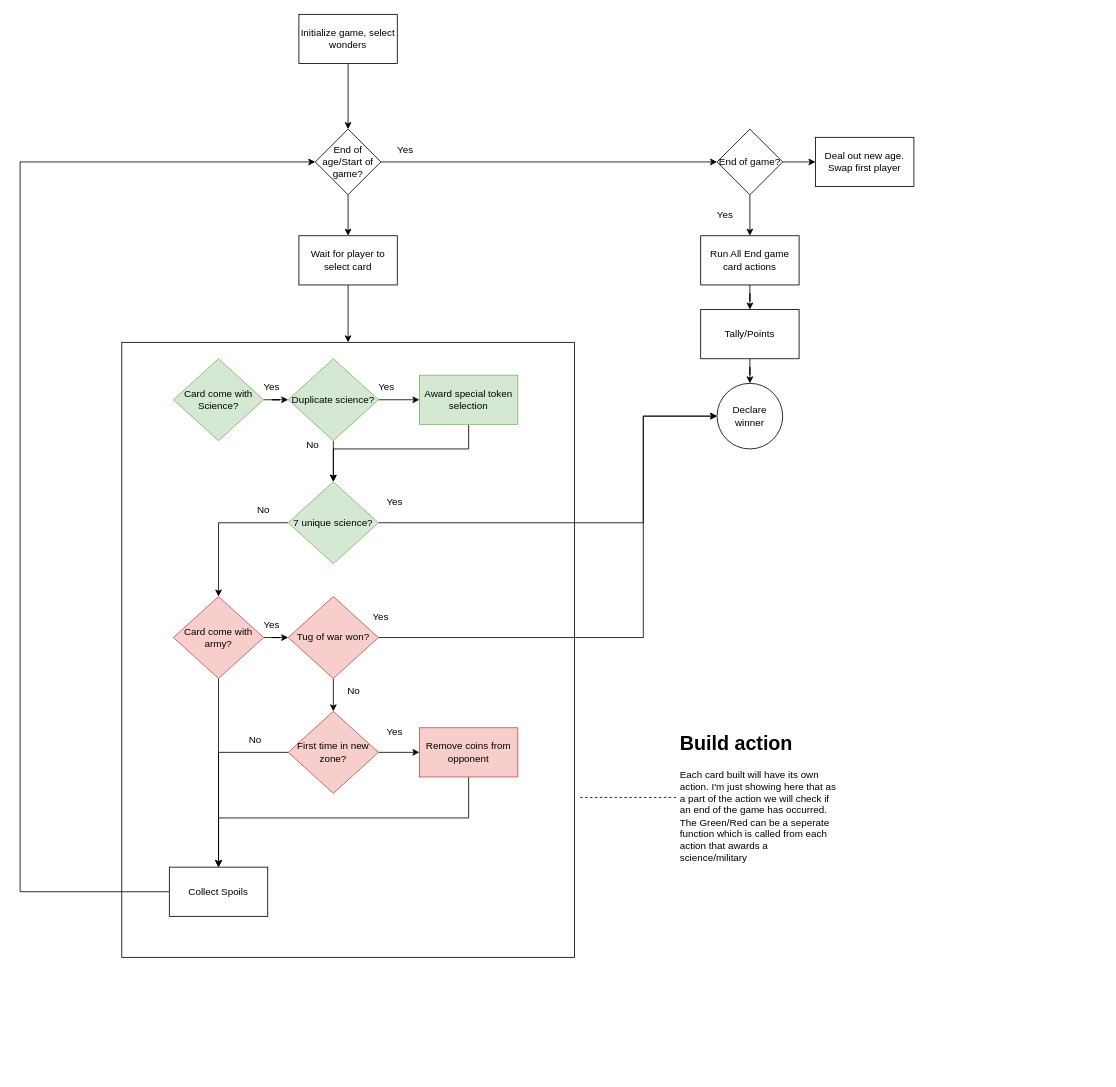
Before: page "State Machine" (2 of 2) of Initial_high_level_design.drawio in vinceburns/duel, a draw.io diagram. Source tidied: cells renumbered, new cells numbered last; positions are measured from the earlier drawing's top-left corner, leaving out a move shared by most shapes. Both pictures are drawn from the tidied source at 82%, with x=0, y=0 at pixel (20, 14).
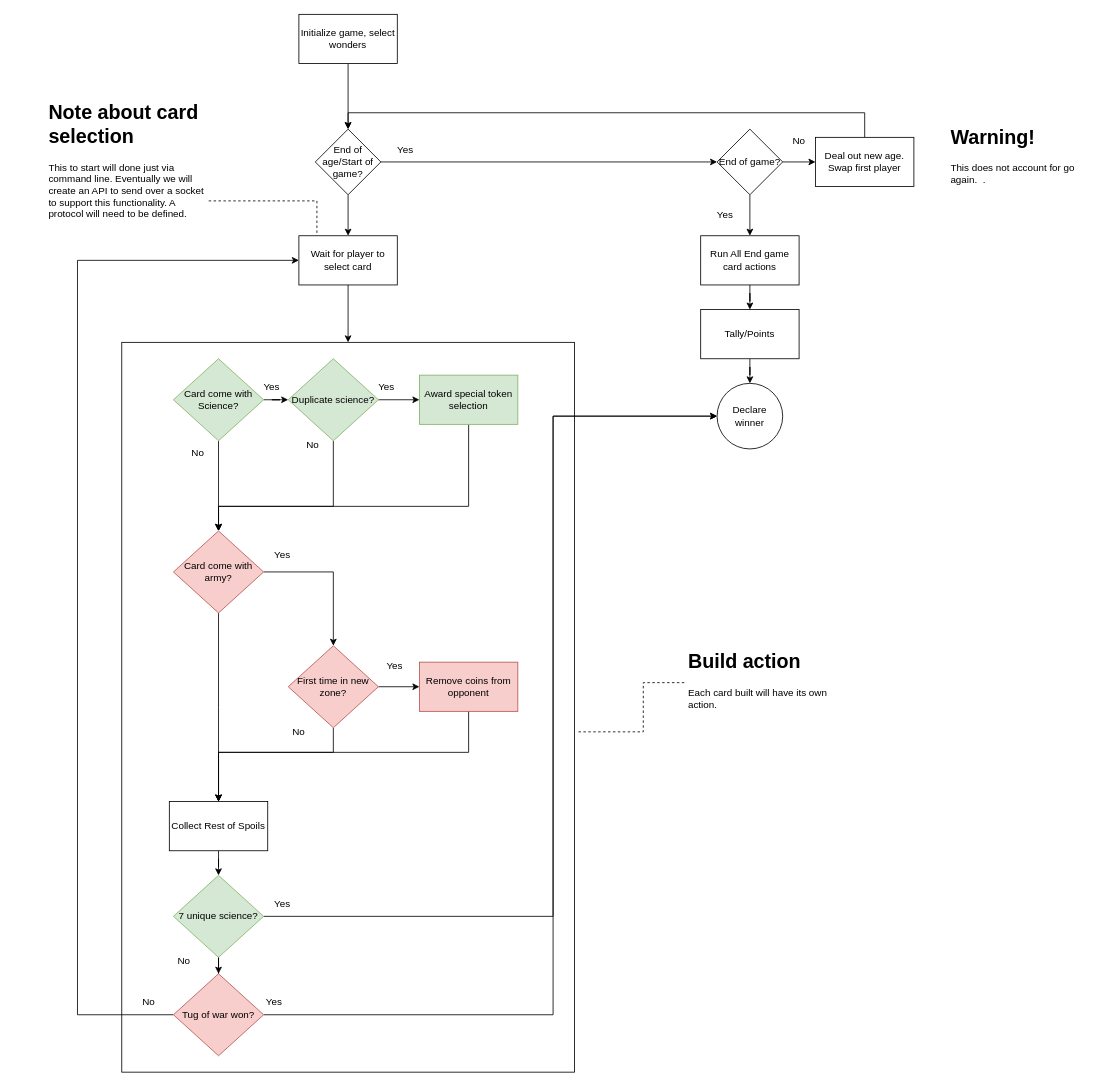
The same diagram, later.

Commit message:
Clean up diagram a bit

Unchanged cells that the change refers to:
```xml
<mxCell id="8" value="&lt;span style=&quot;&quot;&gt;End of age/Start of game?&lt;/span&gt;" style="rhombus;whiteSpace=wrap;html=1;" parent="1" vertex="1">
  <mxGeometry x="360" y="140" width="80" height="80" as="geometry" />
</mxCell>
<mxCell id="12" value="&lt;span style=&quot;&quot;&gt;Declare winner&lt;/span&gt;" style="ellipse;whiteSpace=wrap;html=1;" parent="1" vertex="1">
  <mxGeometry x="850" y="450" width="80" height="80" as="geometry" />
</mxCell>
<mxCell id="15" value="Deal out new age. Swap first player" style="rounded=0;whiteSpace=wrap;html=1;" parent="1" vertex="1">
  <mxGeometry x="970" y="150" width="120" height="60" as="geometry" />
</mxCell>
<mxCell id="17" value="Wait for player to select card" style="rounded=0;whiteSpace=wrap;html=1;" parent="1" vertex="1">
  <mxGeometry x="340" y="270" width="120" height="60" as="geometry" />
</mxCell>
<mxCell id="20" value="Card come with Science?" style="rhombus;whiteSpace=wrap;html=1;fillColor=#d5e8d4;strokeColor=#82b366;" parent="1" vertex="1">
  <mxGeometry x="187" y="420" width="110" height="100" as="geometry" />
</mxCell>
<mxCell id="23" value="Duplicate science?" style="rhombus;whiteSpace=wrap;html=1;fillColor=#d5e8d4;strokeColor=#82b366;" parent="1" vertex="1">
  <mxGeometry x="327" y="420" width="110" height="100" as="geometry" />
</mxCell>
<mxCell id="25" value="Award special token selection" style="rounded=0;whiteSpace=wrap;html=1;fillColor=#d5e8d4;strokeColor=#82b366;" parent="1" vertex="1">
  <mxGeometry x="487" y="440" width="120" height="60" as="geometry" />
</mxCell>
```

The edit, as a diff of the source:
```diff
@@
+    <mxCell id="57" style="edgeStyle=orthogonalEdgeStyle;rounded=0;jettySize=auto;html=1;entryX=0.5;entryY=0;entryDx=0;entryDy=0;" parent="1" edge="1" source="15" target="8">
+      <mxGeometry relative="1" as="geometry">
+        <Array as="points">
+          <mxPoint x="1030" y="120" />
+          <mxPoint x="400" y="120" />
+        </Array>
+      </mxGeometry>
+    </mxCell>
@@
     <mxCell id="18" style="rounded=0;whiteSpace=wrap;html=1;" parent="1" vertex="1">
-      <mxGeometry x="124" y="400" width="552" height="750" as="geometry" />
+      <mxGeometry x="124" y="400" width="552" height="890" as="geometry" />
     </mxCell>
@@
+    <mxCell id="58" style="edgeStyle=orthogonalEdgeStyle;rounded=0;jettySize=auto;html=1;" parent="1" edge="1" source="20" target="31">
+      <mxGeometry relative="1" as="geometry" />
+    </mxCell>
@@
-    <mxCell id="22" style="edgeStyle=orthogonalEdgeStyle;rounded=0;jettySize=auto;html=1;entryX=0.5;entryY=0;entryDx=0;entryDy=0;" parent="1" edge="1" source="23" target="28">
-      <mxGeometry relative="1" as="geometry" />
+    <mxCell id="22" style="edgeStyle=orthogonalEdgeStyle;rounded=0;jettySize=auto;html=1;entryX=0.5;entryY=0;entryDx=0;entryDy=0;" parent="1" edge="1" source="23" target="31">
+      <mxGeometry relative="1" as="geometry">
+        <Array as="points">
+          <mxPoint x="382" y="600" />
+          <mxPoint x="242" y="600" />
+        </Array>
+      </mxGeometry>
     </mxCell>
@@
-    <mxCell id="24" style="edgeStyle=orthogonalEdgeStyle;rounded=0;jettySize=auto;html=1;entryX=0.5;entryY=0;entryDx=0;entryDy=0;" parent="1" edge="1" source="25" target="28">
+    <mxCell id="24" style="edgeStyle=orthogonalEdgeStyle;rounded=0;jettySize=auto;html=1;entryX=0.5;entryY=0;entryDx=0;entryDy=0;" parent="1" edge="1" source="25" target="31">
       <mxGeometry relative="1" as="geometry">
         <Array as="points">
-          <mxPoint x="547" y="530" />
-          <mxPoint x="382" y="530" />
+          <mxPoint x="547" y="600" />
+          <mxPoint x="242" y="600" />
         </Array>
       </mxGeometry>
     </mxCell>
@@
-    <mxCell id="26" style="edgeStyle=orthogonalEdgeStyle;rounded=0;jettySize=auto;html=1;entryX=0.5;entryY=0;entryDx=0;entryDy=0;" parent="1" edge="1" source="28" target="31">
-      <mxGeometry relative="1" as="geometry" />
-    </mxCell>
-    <mxCell id="27" style="edgeStyle=orthogonalEdgeStyle;rounded=0;jettySize=auto;html=1;entryX=0;entryY=0.5;entryDx=0;entryDy=0;" parent="1" edge="1" source="28" target="12">
-      <mxGeometry relative="1" as="geometry">
-        <Array as="points">
-          <mxPoint x="760" y="620" />
-          <mxPoint x="760" y="490" />
-        </Array>
-      </mxGeometry>
-    </mxCell>
-    <mxCell id="28" value="7 unique science?" style="rhombus;whiteSpace=wrap;html=1;fillColor=#d5e8d4;strokeColor=#82b366;" parent="1" vertex="1">
-      <mxGeometry x="327" y="570" width="110" height="100" as="geometry" />
-    </mxCell>
-    <mxCell id="29" style="edgeStyle=orthogonalEdgeStyle;rounded=0;jettySize=auto;html=1;" parent="1" edge="1" source="31" target="36">
-      <mxGeometry relative="1" as="geometry" />
-    </mxCell>
     <mxCell id="30" style="edgeStyle=orthogonalEdgeStyle;rounded=0;jettySize=auto;html=1;" parent="1" edge="1" source="31">
       <mxGeometry relative="1" as="geometry">
-        <mxPoint x="242" y="1040" as="targetPoint" />
+        <mxPoint x="242" y="960" as="targetPoint" />
       </mxGeometry>
     </mxCell>
+    <mxCell id="59" style="edgeStyle=orthogonalEdgeStyle;rounded=0;jettySize=auto;html=1;exitX=1;exitY=0.5;exitDx=0;exitDy=0;" parent="1" edge="1" source="31" target="39">
+      <mxGeometry relative="1" as="geometry" />
+    </mxCell>
     <mxCell id="31" value="Card come with army?" style="rhombus;whiteSpace=wrap;html=1;fillColor=#f8cecc;strokeColor=#b85450;" parent="1" vertex="1">
-      <mxGeometry x="187" y="710" width="110" height="100" as="geometry" />
+      <mxGeometry x="187" y="630" width="110" height="100" as="geometry" />
     </mxCell>
@@
-    <mxCell id="34" style="edgeStyle=orthogonalEdgeStyle;rounded=0;jettySize=auto;html=1;entryX=0.5;entryY=0;entryDx=0;entryDy=0;" parent="1" edge="1" source="36" target="39">
-      <mxGeometry relative="1" as="geometry" />
-    </mxCell>
-    <mxCell id="35" style="edgeStyle=orthogonalEdgeStyle;rounded=0;jettySize=auto;html=1;exitX=1;exitY=0.5;exitDx=0;exitDy=0;entryX=0;entryY=0.5;entryDx=0;entryDy=0;" parent="1" edge="1" source="36" target="12">
-      <mxGeometry relative="1" as="geometry">
-        <Array as="points">
-          <mxPoint x="760" y="760" />
-          <mxPoint x="760" y="490" />
-        </Array>
-      </mxGeometry>
-    </mxCell>
-    <mxCell id="36" value="Tug of war won?" style="rhombus;whiteSpace=wrap;html=1;fillColor=#f8cecc;strokeColor=#b85450;" parent="1" vertex="1">
-      <mxGeometry x="327" y="710" width="110" height="100" as="geometry" />
-    </mxCell>
@@
-    <mxCell id="38" style="edgeStyle=orthogonalEdgeStyle;rounded=0;jettySize=auto;html=1;entryX=0.5;entryY=0;entryDx=0;entryDy=0;" parent="1" edge="1" source="39" target="41">
-      <mxGeometry relative="1" as="geometry" />
+    <mxCell id="38" style="edgeStyle=orthogonalEdgeStyle;rounded=0;jettySize=auto;html=1;" parent="1" edge="1" source="39" target="41">
+      <mxGeometry relative="1" as="geometry">
+        <Array as="points">
+          <mxPoint x="382" y="900" />
+          <mxPoint x="242" y="900" />
+        </Array>
+      </mxGeometry>
     </mxCell>
     <mxCell id="39" value="First time in new zone?" style="rhombus;whiteSpace=wrap;html=1;fillColor=#f8cecc;strokeColor=#b85450;" parent="1" vertex="1">
-      <mxGeometry x="327" y="850" width="110" height="100" as="geometry" />
+      <mxGeometry x="327" y="770" width="110" height="100" as="geometry" />
     </mxCell>
-    <mxCell id="40" style="edgeStyle=orthogonalEdgeStyle;rounded=0;jettySize=auto;html=1;entryX=0;entryY=0.5;entryDx=0;entryDy=0;" parent="1" edge="1" source="41" target="8">
-      <mxGeometry relative="1" as="geometry">
-        <Array as="points">
-          <mxPoint y="1070" />
-          <mxPoint y="180" />
-        </Array>
-      </mxGeometry>
-    </mxCell>
+    <mxCell id="60" style="edgeStyle=orthogonalEdgeStyle;rounded=0;jettySize=auto;html=1;entryX=0.5;entryY=0;entryDx=0;entryDy=0;" parent="1" edge="1" source="41" target="28">
+      <mxGeometry relative="1" as="geometry" />
+    </mxCell>
-    <mxCell id="41" value="Collect Spoils" style="rounded=0;whiteSpace=wrap;html=1;" parent="1" vertex="1">
-      <mxGeometry x="182" y="1040" width="120" height="60" as="geometry" />
+    <mxCell id="41" value="Collect Rest of Spoils" style="rounded=0;whiteSpace=wrap;html=1;" parent="1" vertex="1">
+      <mxGeometry x="182" y="960" width="120" height="60" as="geometry" />
     </mxCell>
@@
     <mxCell id="45" value="No" style="text;html=1;strokeColor=none;fillColor=none;align=center;verticalAlign=middle;whiteSpace=wrap;rounded=0;" parent="1" vertex="1">
-      <mxGeometry x="267" y="590" width="60" height="30" as="geometry" />
+      <mxGeometry x="187" y="520" width="60" height="30" as="geometry" />
     </mxCell>
-    <mxCell id="46" value="Yes" style="text;html=1;strokeColor=none;fillColor=none;align=center;verticalAlign=middle;whiteSpace=wrap;rounded=0;" parent="1" vertex="1">
-      <mxGeometry x="427" y="580" width="60" height="30" as="geometry" />
-    </mxCell>
     <mxCell id="47" value="Yes" style="text;html=1;strokeColor=none;fillColor=none;align=center;verticalAlign=middle;whiteSpace=wrap;rounded=0;" parent="1" vertex="1">
-      <mxGeometry x="277" y="730" width="60" height="30" as="geometry" />
+      <mxGeometry x="290" y="645" width="60" height="30" as="geometry" />
     </mxCell>
-    <mxCell id="48" value="Yes" style="text;html=1;strokeColor=none;fillColor=none;align=center;verticalAlign=middle;whiteSpace=wrap;rounded=0;" parent="1" vertex="1">
-      <mxGeometry x="410" y="720" width="60" height="30" as="geometry" />
-    </mxCell>
     <mxCell id="49" style="edgeStyle=orthogonalEdgeStyle;rounded=0;jettySize=auto;html=1;entryX=0.5;entryY=0;entryDx=0;entryDy=0;" parent="1" edge="1" source="50" target="41">
       <mxGeometry relative="1" as="geometry">
         <Array as="points">
-          <mxPoint x="547" y="980" />
-          <mxPoint x="242" y="980" />
+          <mxPoint x="547" y="900" />
+          <mxPoint x="242" y="900" />
         </Array>
       </mxGeometry>
     </mxCell>
     <mxCell id="50" value="Remove coins from opponent" style="rounded=0;whiteSpace=wrap;html=1;fillColor=#f8cecc;strokeColor=#b85450;" parent="1" vertex="1">
-      <mxGeometry x="487" y="870" width="120" height="60" as="geometry" />
+      <mxGeometry x="487" y="790" width="120" height="60" as="geometry" />
     </mxCell>
     <mxCell id="51" value="Yes" style="text;html=1;strokeColor=none;fillColor=none;align=center;verticalAlign=middle;whiteSpace=wrap;rounded=0;" parent="1" vertex="1">
-      <mxGeometry x="427" y="860" width="60" height="30" as="geometry" />
+      <mxGeometry x="427" y="780" width="60" height="30" as="geometry" />
     </mxCell>
-    <mxCell id="52" value="No" style="text;html=1;strokeColor=none;fillColor=none;align=center;verticalAlign=middle;whiteSpace=wrap;rounded=0;" parent="1" vertex="1">
-      <mxGeometry x="377" y="810" width="60" height="30" as="geometry" />
-    </mxCell>
     <mxCell id="53" value="No" style="text;html=1;strokeColor=none;fillColor=none;align=center;verticalAlign=middle;whiteSpace=wrap;rounded=0;" parent="1" vertex="1">
-      <mxGeometry x="257" y="870" width="60" height="30" as="geometry" />
+      <mxGeometry x="310" y="860" width="60" height="30" as="geometry" />
     </mxCell>
-    <mxCell id="54" style="edgeStyle=orthogonalEdgeStyle;rounded=0;jettySize=auto;html=1;endArrow=none;endFill=0;strokeColor=none;dashed=1;" parent="1" edge="1" source="56">
+    <mxCell id="54" style="edgeStyle=orthogonalEdgeStyle;rounded=0;orthogonalLoop=1;jettySize=auto;html=1;endArrow=none;endFill=0;strokeColor=none;dashed=1;" parent="1" edge="1">
       <mxGeometry relative="1" as="geometry">
-        <mxPoint x="680" y="955" as="targetPoint" />
+        <mxPoint x="800" y="875" as="sourcePoint" />
+        <mxPoint x="680" y="875" as="targetPoint" />
       </mxGeometry>
     </mxCell>
     <mxCell id="55" style="edgeStyle=orthogonalEdgeStyle;rounded=0;jettySize=auto;html=1;dashed=1;endArrow=none;endFill=0;" parent="1" edge="1" source="56">
       <mxGeometry relative="1" as="geometry">
-        <mxPoint x="680" y="955" as="targetPoint" />
+        <mxPoint x="680" y="875" as="targetPoint" />
+        <Array as="points">
+          <mxPoint x="760" y="815" />
+          <mxPoint x="760" y="875" />
+        </Array>
       </mxGeometry>
     </mxCell>
-    <mxCell id="56" value="&lt;h1&gt;Build action&lt;/h1&gt;&lt;p&gt;&lt;span style=&quot;text-align: center;&quot;&gt;Each card built will have its own action. I'm just showing here that as a part of the action we will check if an end of the game has occurred. The Green/Red can be a seperate function which is called from each action that awards a science/military&lt;/span&gt;&lt;br&gt;&lt;/p&gt;" style="text;html=1;strokeColor=none;fillColor=none;spacing=5;spacingTop=-20;whiteSpace=wrap;overflow=hidden;rounded=0;" parent="1" vertex="1">
-      <mxGeometry x="800" y="870" width="200" height="170" as="geometry" />
+    <mxCell id="56" value="&lt;h1&gt;Build action&lt;/h1&gt;&lt;p&gt;&lt;span style=&quot;text-align: center;&quot;&gt;Each card built will have its own action.&amp;nbsp;&lt;/span&gt;&lt;br&gt;&lt;/p&gt;" style="text;html=1;strokeColor=none;fillColor=none;spacing=5;spacingTop=-20;whiteSpace=wrap;overflow=hidden;rounded=0;" parent="1" vertex="1">
+      <mxGeometry x="810" y="770" width="200" height="90" as="geometry" />
     </mxCell>
+    <mxCell id="61" style="edgeStyle=orthogonalEdgeStyle;rounded=0;jettySize=auto;html=1;exitX=1;exitY=0.5;exitDx=0;exitDy=0;" parent="1" edge="1" source="28">
+      <mxGeometry relative="1" as="geometry">
+        <mxPoint x="850" y="490" as="targetPoint" />
+        <Array as="points">
+          <mxPoint x="650" y="1100" />
+          <mxPoint x="650" y="490" />
+        </Array>
+      </mxGeometry>
+    </mxCell>
+    <mxCell id="62" style="edgeStyle=orthogonalEdgeStyle;rounded=0;jettySize=auto;html=1;entryX=0;entryY=0.5;entryDx=0;entryDy=0;exitX=0;exitY=0.5;exitDx=0;exitDy=0;" parent="1" edge="1" source="36" target="17">
+      <mxGeometry relative="1" as="geometry">
+        <Array as="points">
+          <mxPoint x="70" y="1220" />
+          <mxPoint x="70" y="300" />
+        </Array>
+      </mxGeometry>
+    </mxCell>
+    <mxCell id="63" style="edgeStyle=orthogonalEdgeStyle;rounded=0;jettySize=auto;html=1;entryX=0.5;entryY=0;entryDx=0;entryDy=0;" parent="1" edge="1" source="28" target="36">
+      <mxGeometry relative="1" as="geometry" />
+    </mxCell>
+    <mxCell id="28" value="7 unique science?" style="rhombus;whiteSpace=wrap;html=1;fillColor=#d5e8d4;strokeColor=#82b366;" parent="1" vertex="1">
+      <mxGeometry x="187" y="1050" width="110" height="100" as="geometry" />
+    </mxCell>
+    <mxCell id="35" style="edgeStyle=orthogonalEdgeStyle;rounded=0;jettySize=auto;html=1;exitX=1;exitY=0.5;exitDx=0;exitDy=0;entryX=0;entryY=0.5;entryDx=0;entryDy=0;" parent="1" edge="1" source="36" target="12">
+      <mxGeometry relative="1" as="geometry">
+        <Array as="points">
+          <mxPoint x="650" y="1220" />
+          <mxPoint x="650" y="490" />
+        </Array>
+      </mxGeometry>
+    </mxCell>
+    <mxCell id="36" value="Tug of war won?" style="rhombus;whiteSpace=wrap;html=1;fillColor=#f8cecc;strokeColor=#b85450;" parent="1" vertex="1">
+      <mxGeometry x="187" y="1170" width="110" height="100" as="geometry" />
+    </mxCell>
+    <mxCell id="64" value="Yes" style="text;html=1;strokeColor=none;fillColor=none;align=center;verticalAlign=middle;whiteSpace=wrap;rounded=0;" parent="1" vertex="1">
+      <mxGeometry x="290" y="1070" width="60" height="30" as="geometry" />
+    </mxCell>
+    <mxCell id="65" value="Yes" style="text;html=1;strokeColor=none;fillColor=none;align=center;verticalAlign=middle;whiteSpace=wrap;rounded=0;" parent="1" vertex="1">
+      <mxGeometry x="280" y="1190" width="60" height="30" as="geometry" />
+    </mxCell>
+    <mxCell id="66" value="No" style="text;html=1;strokeColor=none;fillColor=none;align=center;verticalAlign=middle;whiteSpace=wrap;rounded=0;" parent="1" vertex="1">
+      <mxGeometry x="170" y="1140" width="60" height="30" as="geometry" />
+    </mxCell>
+    <mxCell id="67" value="No" style="text;html=1;strokeColor=none;fillColor=none;align=center;verticalAlign=middle;whiteSpace=wrap;rounded=0;" parent="1" vertex="1">
+      <mxGeometry x="127" y="1190" width="60" height="30" as="geometry" />
+    </mxCell>
+    <mxCell id="68" value="No" style="text;html=1;strokeColor=none;fillColor=none;align=center;verticalAlign=middle;whiteSpace=wrap;rounded=0;" parent="1" vertex="1">
+      <mxGeometry x="920" y="140" width="60" height="30" as="geometry" />
+    </mxCell>
+    <mxCell id="69" value="&lt;h1&gt;Warning!&lt;/h1&gt;&lt;p&gt;This does not account for go again.&amp;nbsp; .&lt;/p&gt;" style="text;html=1;strokeColor=none;fillColor=none;spacing=5;spacingTop=-20;whiteSpace=wrap;overflow=hidden;rounded=0;" parent="1" vertex="1">
+      <mxGeometry x="1130" y="130" width="190" height="120" as="geometry" />
+    </mxCell>
+    <mxCell id="70" style="edgeStyle=orthogonalEdgeStyle;rounded=0;jettySize=auto;html=1;exitX=1;exitY=0.75;exitDx=0;exitDy=0;entryX=0.183;entryY=-0.017;entryDx=0;entryDy=0;entryPerimeter=0;dashed=1;endArrow=none;endFill=0;" parent="1" edge="1" source="71" target="17">
+      <mxGeometry relative="1" as="geometry" />
+    </mxCell>
+    <mxCell id="71" value="&lt;h1&gt;Note about card selection&lt;/h1&gt;&lt;p&gt;This to start will done just via command line. Eventually we will create an API to send over a socket to support this functionality. A protocol will need to be defined.&lt;/p&gt;" style="text;html=1;strokeColor=none;fillColor=none;spacing=5;spacingTop=-20;whiteSpace=wrap;overflow=hidden;rounded=0;" parent="1" vertex="1">
+      <mxGeometry x="30" y="100" width="200" height="170" as="geometry" />
+    </mxCell>
```
